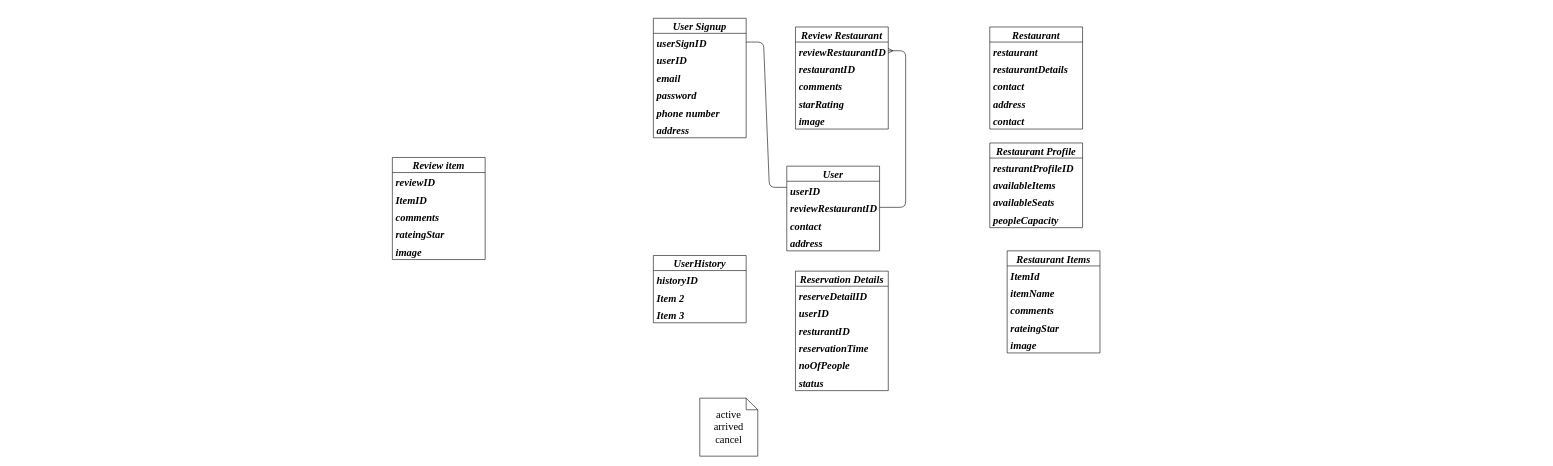
Before: ER_Reserve.drawio in dngwoo/reservation, a draw.io diagram. Source tidied: cells renumbered, new cells numbered last; positions are measured from the earlier drawing's top-left corner, leaving out a move shared by most shapes. Both pictures are drawn from the tidied source at 58%, with x=0, y=0 at pixel (392, 18).
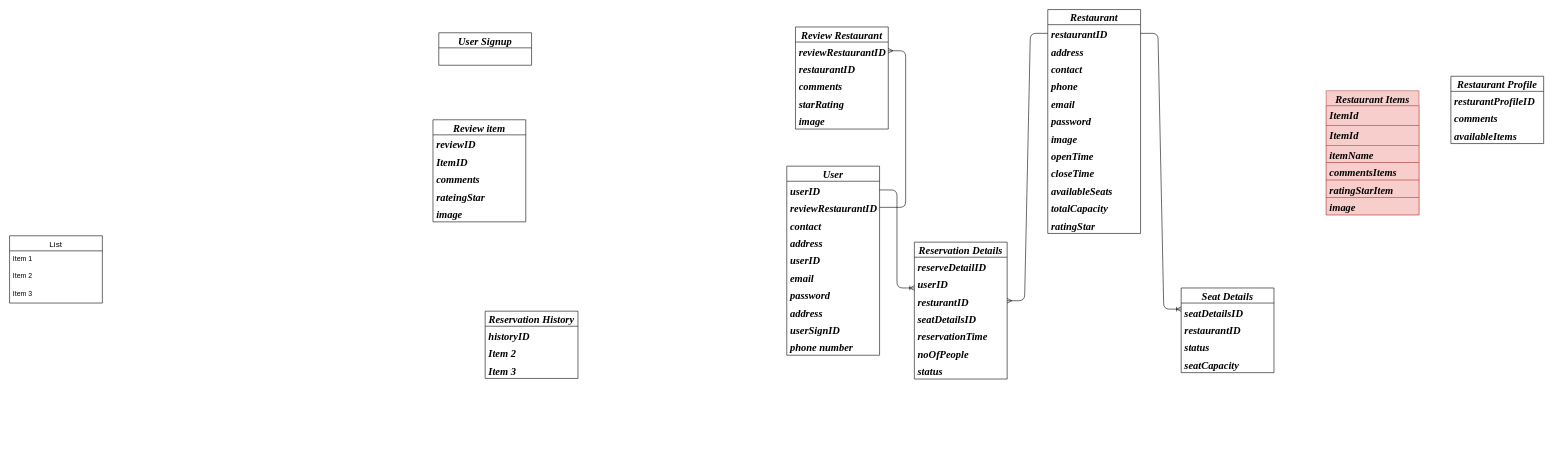
The same diagram, later.

The change refers to these unchanged cells:
```xml
<mxCell id="3" value="userID" style="text;strokeColor=none;fillColor=none;spacingLeft=4;spacingRight=4;overflow=hidden;points=[[0,0.5],[1,0.5]];portConstraint=eastwest;fontSize=18;fontFamily=Times New Roman;fontStyle=3;" parent="2" vertex="1">
  <mxGeometry y="26" width="160" height="30" as="geometry" />
</mxCell>
<mxCell id="52" value="resturantID" style="text;strokeColor=none;fillColor=none;spacingLeft=4;spacingRight=4;overflow=hidden;points=[[0,0.5],[1,0.5]];portConstraint=eastwest;fontSize=18;fontFamily=Times New Roman;fontStyle=3;" parent="49" vertex="1">
  <mxGeometry y="86" width="160" height="30" as="geometry" />
</mxCell>
```

The edit, as a diff of the source:
```diff
@@
     <mxCell id="2" value="User" style="swimlane;fontStyle=3;horizontal=1;startSize=26;align=center;fontSize=18;fontFamily=Times New Roman;" parent="1" vertex="1">
-      <mxGeometry x="680" y="255" width="160" height="146" as="geometry" />
+      <mxGeometry x="680" y="255" width="160" height="326" as="geometry" />
     </mxCell>
@@
-    <mxCell id="7" value="Restaurant" style="swimlane;fontStyle=3;horizontal=1;startSize=26;align=center;fontSize=18;fontFamily=Times New Roman;" parent="1" vertex="1">
-      <mxGeometry x="1030" y="15" width="160" height="176" as="geometry" />
-    </mxCell>
-    <mxCell id="8" value="restaurant" style="text;strokeColor=none;fillColor=none;spacingLeft=4;spacingRight=4;overflow=hidden;points=[[0,0.5],[1,0.5]];portConstraint=eastwest;fontSize=18;fontFamily=Times New Roman;fontStyle=3;" parent="7" vertex="1">
-      <mxGeometry y="26" width="160" height="30" as="geometry" />
-    </mxCell>
-    <mxCell id="9" value="restaurantDetails" style="text;strokeColor=none;fillColor=none;spacingLeft=4;spacingRight=4;overflow=hidden;fontSize=18;fontFamily=Times New Roman;fontStyle=3;" parent="7" vertex="1">
-      <mxGeometry y="56" width="160" height="30" as="geometry" />
-    </mxCell>
-    <mxCell id="10" value="contact" style="text;strokeColor=none;fillColor=none;spacingLeft=4;spacingRight=4;overflow=hidden;fontSize=18;fontFamily=Times New Roman;fontStyle=3;" parent="7" vertex="1">
-      <mxGeometry y="86" width="160" height="30" as="geometry" />
-    </mxCell>
-    <mxCell id="11" value="address" style="text;strokeColor=none;fillColor=none;spacingLeft=4;spacingRight=4;overflow=hidden;fontSize=18;fontFamily=Times New Roman;fontStyle=3;" parent="7" vertex="1">
-      <mxGeometry y="116" width="160" height="30" as="geometry" />
-    </mxCell>
-    <mxCell id="12" value="contact" style="text;strokeColor=none;fillColor=none;spacingLeft=4;spacingRight=4;overflow=hidden;fontSize=18;fontFamily=Times New Roman;fontStyle=3;" parent="7" vertex="1">
-      <mxGeometry y="146" width="160" height="30" as="geometry" />
-    </mxCell>
-    <mxCell id="13" value="Restaurant Profile" style="swimlane;fontStyle=3;horizontal=1;startSize=26;align=center;fontSize=18;fontFamily=Times New Roman;" parent="1" vertex="1">
-      <mxGeometry x="1030" y="215" width="160" height="146" as="geometry" />
-    </mxCell>
-    <mxCell id="14" value="resturantProfileID" style="text;strokeColor=none;fillColor=none;spacingLeft=4;spacingRight=4;overflow=hidden;fontSize=18;fontFamily=Times New Roman;fontStyle=3;" parent="13" vertex="1">
-      <mxGeometry y="26" width="160" height="30" as="geometry" />
-    </mxCell>
-    <mxCell id="15" value="availableItems" style="text;strokeColor=none;fillColor=none;spacingLeft=4;spacingRight=4;overflow=hidden;fontSize=18;fontFamily=Times New Roman;fontStyle=3;" parent="13" vertex="1">
-      <mxGeometry y="56" width="160" height="30" as="geometry" />
-    </mxCell>
-    <mxCell id="16" value="availableSeats" style="text;strokeColor=none;fillColor=none;spacingLeft=4;spacingRight=4;overflow=hidden;fontSize=18;fontFamily=Times New Roman;fontStyle=3;" parent="13" vertex="1">
-      <mxGeometry y="86" width="160" height="30" as="geometry" />
-    </mxCell>
-    <mxCell id="17" value="peopleCapacity" style="text;strokeColor=none;fillColor=none;spacingLeft=4;spacingRight=4;overflow=hidden;fontSize=18;fontFamily=Times New Roman;fontStyle=3;" parent="13" vertex="1">
-      <mxGeometry y="116" width="160" height="30" as="geometry" />
-    </mxCell>
-    <mxCell id="18" value="User Signup" style="swimlane;fontStyle=3;horizontal=1;startSize=26;align=center;fontSize=18;fontFamily=Times New Roman;" parent="1" vertex="1">
-      <mxGeometry x="450" width="160" height="206" as="geometry" />
-    </mxCell>
-    <mxCell id="19" value="userSignID" style="text;strokeColor=none;fillColor=none;spacingLeft=4;spacingRight=4;overflow=hidden;points=[[0,0.5],[1,0.5]];portConstraint=eastwest;fontSize=18;fontFamily=Times New Roman;fontStyle=3;" parent="18" vertex="1">
-      <mxGeometry y="26" width="160" height="30" as="geometry" />
-    </mxCell>
-    <mxCell id="20" value="userID" style="text;strokeColor=none;fillColor=none;spacingLeft=4;spacingRight=4;overflow=hidden;fontSize=18;fontFamily=Times New Roman;fontStyle=3;" parent="18" vertex="1">
-      <mxGeometry y="56" width="160" height="30" as="geometry" />
+    <mxCell id="20" value="userID" style="text;strokeColor=none;fillColor=none;spacingLeft=4;spacingRight=4;overflow=hidden;fontSize=18;fontFamily=Times New Roman;fontStyle=3;" parent="2" vertex="1">
+      <mxGeometry y="146" width="160" height="30" as="geometry" />
     </mxCell>
-    <mxCell id="21" value="email" style="text;strokeColor=none;fillColor=none;spacingLeft=4;spacingRight=4;overflow=hidden;fontSize=18;fontFamily=Times New Roman;fontStyle=3;" parent="18" vertex="1">
-      <mxGeometry y="86" width="160" height="30" as="geometry" />
+    <mxCell id="21" value="email" style="text;strokeColor=none;fillColor=none;spacingLeft=4;spacingRight=4;overflow=hidden;fontSize=18;fontFamily=Times New Roman;fontStyle=3;" parent="2" vertex="1">
+      <mxGeometry y="176" width="160" height="30" as="geometry" />
     </mxCell>
-    <mxCell id="22" value="password" style="text;strokeColor=none;fillColor=none;spacingLeft=4;spacingRight=4;overflow=hidden;fontSize=18;fontFamily=Times New Roman;fontStyle=3;" parent="18" vertex="1">
-      <mxGeometry y="116" width="160" height="30" as="geometry" />
+    <mxCell id="22" value="password" style="text;strokeColor=none;fillColor=none;spacingLeft=4;spacingRight=4;overflow=hidden;fontSize=18;fontFamily=Times New Roman;fontStyle=3;" parent="2" vertex="1">
+      <mxGeometry y="206" width="160" height="30" as="geometry" />
     </mxCell>
+    <mxCell id="24" value="address" style="text;strokeColor=none;fillColor=none;spacingLeft=4;spacingRight=4;overflow=hidden;fontSize=18;fontFamily=Times New Roman;fontStyle=3;" parent="2" vertex="1">
+      <mxGeometry y="236" width="160" height="30" as="geometry" />
+    </mxCell>
+    <mxCell id="19" value="userSignID" style="text;strokeColor=none;fillColor=none;spacingLeft=4;spacingRight=4;overflow=hidden;points=[[0,0.5],[1,0.5]];portConstraint=eastwest;fontSize=18;fontFamily=Times New Roman;fontStyle=3;" parent="2" vertex="1">
+      <mxGeometry y="266" width="160" height="30" as="geometry" />
+    </mxCell>
-    <mxCell id="23" value="phone number" style="text;strokeColor=none;fillColor=none;spacingLeft=4;spacingRight=4;overflow=hidden;fontSize=18;fontFamily=Times New Roman;fontStyle=3;" parent="18" vertex="1">
-      <mxGeometry y="146" width="160" height="30" as="geometry" />
+    <mxCell id="23" value="phone number" style="text;strokeColor=none;fillColor=none;spacingLeft=4;spacingRight=4;overflow=hidden;fontSize=18;fontFamily=Times New Roman;fontStyle=3;" parent="2" vertex="1">
+      <mxGeometry y="296" width="160" height="30" as="geometry" />
     </mxCell>
-    <mxCell id="24" value="address" style="text;strokeColor=none;fillColor=none;spacingLeft=4;spacingRight=4;overflow=hidden;fontSize=18;fontFamily=Times New Roman;fontStyle=3;" parent="18" vertex="1">
-      <mxGeometry y="176" width="160" height="30" as="geometry" />
-    </mxCell>
-    <mxCell id="25" style="edgeStyle=entityRelationEdgeStyle;fontSize=18;html=1;endArrow=none;entryX=0;entryY=0.25;entryDx=0;entryDy=0;exitX=1;exitY=0.5;exitDx=0;exitDy=0;endFill=0;fontFamily=Times New Roman;fontStyle=3;" parent="1" edge="1" source="19" target="2">
-      <mxGeometry relative="1" as="geometry" />
-    </mxCell>
+    <mxCell id="7" value="Restaurant" style="swimlane;fontStyle=3;horizontal=1;startSize=26;align=center;fontSize=18;fontFamily=Times New Roman;" parent="1" vertex="1">
+      <mxGeometry x="1130" y="-15" width="160" height="386" as="geometry" />
+    </mxCell>
+    <mxCell id="8" value="restaurantID" style="text;strokeColor=none;fillColor=none;spacingLeft=4;spacingRight=4;overflow=hidden;points=[[0,0.5],[1,0.5]];portConstraint=eastwest;fontSize=18;fontFamily=Times New Roman;fontStyle=3;" parent="7" vertex="1">
+      <mxGeometry y="26" width="160" height="30" as="geometry" />
+    </mxCell>
+    <mxCell id="11" value="address" style="text;strokeColor=none;fillColor=none;spacingLeft=4;spacingRight=4;overflow=hidden;fontSize=18;fontFamily=Times New Roman;fontStyle=3;" parent="7" vertex="1">
+      <mxGeometry y="56" width="160" height="30" as="geometry" />
+    </mxCell>
+    <mxCell id="12" value="contact" style="text;strokeColor=none;fillColor=none;spacingLeft=4;spacingRight=4;overflow=hidden;fontSize=18;fontFamily=Times New Roman;fontStyle=3;" parent="7" vertex="1">
+      <mxGeometry y="86" width="160" height="30" as="geometry" />
+    </mxCell>
+    <mxCell id="57" value="phone" style="text;strokeColor=none;fillColor=none;spacingLeft=4;spacingRight=4;overflow=hidden;fontSize=18;fontFamily=Times New Roman;fontStyle=3;" parent="7" vertex="1">
+      <mxGeometry y="116" width="160" height="30" as="geometry" />
+    </mxCell>
+    <mxCell id="58" value="email" style="text;strokeColor=none;fillColor=none;spacingLeft=4;spacingRight=4;overflow=hidden;fontSize=18;fontFamily=Times New Roman;fontStyle=3;" parent="7" vertex="1">
+      <mxGeometry y="146" width="160" height="30" as="geometry" />
+    </mxCell>
+    <mxCell id="59" value="password" style="text;strokeColor=none;fillColor=none;spacingLeft=4;spacingRight=4;overflow=hidden;fontSize=18;fontFamily=Times New Roman;fontStyle=3;" parent="7" vertex="1">
+      <mxGeometry y="176" width="160" height="30" as="geometry" />
+    </mxCell>
+    <mxCell id="60" value="image" style="text;strokeColor=none;fillColor=none;spacingLeft=4;spacingRight=4;overflow=hidden;fontSize=18;fontFamily=Times New Roman;fontStyle=3;" parent="7" vertex="1">
+      <mxGeometry y="206" width="160" height="30" as="geometry" />
+    </mxCell>
+    <mxCell id="61" value="openTime" style="text;strokeColor=none;fillColor=none;spacingLeft=4;spacingRight=4;overflow=hidden;fontSize=18;fontFamily=Times New Roman;fontStyle=3;" parent="7" vertex="1">
+      <mxGeometry y="236" width="160" height="30" as="geometry" />
+    </mxCell>
+    <mxCell id="62" value="closeTime" style="text;strokeColor=none;fillColor=none;spacingLeft=4;spacingRight=4;overflow=hidden;fontSize=18;fontFamily=Times New Roman;fontStyle=3;" parent="7" vertex="1">
+      <mxGeometry y="266" width="160" height="30" as="geometry" />
+    </mxCell>
+    <mxCell id="16" value="availableSeats" style="text;strokeColor=none;fillColor=none;spacingLeft=4;spacingRight=4;overflow=hidden;fontSize=18;fontFamily=Times New Roman;fontStyle=3;" parent="7" vertex="1">
+      <mxGeometry y="296" width="160" height="30" as="geometry" />
+    </mxCell>
+    <mxCell id="17" value="totalCapacity" style="text;strokeColor=none;fillColor=none;spacingLeft=4;spacingRight=4;overflow=hidden;fontSize=18;fontFamily=Times New Roman;fontStyle=3;" parent="7" vertex="1">
+      <mxGeometry y="326" width="160" height="30" as="geometry" />
+    </mxCell>
+    <mxCell id="63" value="ratingStar" style="text;strokeColor=none;fillColor=none;spacingLeft=4;spacingRight=4;overflow=hidden;fontSize=18;fontFamily=Times New Roman;fontStyle=3;" parent="7" vertex="1">
+      <mxGeometry y="356" width="160" height="30" as="geometry" />
+    </mxCell>
+    <mxCell id="13" value="Restaurant Profile" style="swimlane;fontStyle=3;horizontal=1;startSize=26;align=center;fontSize=18;fontFamily=Times New Roman;" parent="1" vertex="1">
+      <mxGeometry x="1825" y="100" width="160" height="116" as="geometry" />
+    </mxCell>
+    <mxCell id="14" value="resturantProfileID" style="text;strokeColor=none;fillColor=none;spacingLeft=4;spacingRight=4;overflow=hidden;fontSize=18;fontFamily=Times New Roman;fontStyle=3;" parent="13" vertex="1">
+      <mxGeometry y="26" width="160" height="30" as="geometry" />
+    </mxCell>
+    <mxCell id="64" value="comments" style="text;strokeColor=none;fillColor=none;spacingLeft=4;spacingRight=4;overflow=hidden;fontSize=18;fontFamily=Times New Roman;fontStyle=3;" parent="13" vertex="1">
+      <mxGeometry y="56" width="160" height="30" as="geometry" />
+    </mxCell>
+    <mxCell id="15" value="availableItems" style="text;strokeColor=none;fillColor=none;spacingLeft=4;spacingRight=4;overflow=hidden;fontSize=18;fontFamily=Times New Roman;fontStyle=3;" parent="13" vertex="1">
+      <mxGeometry y="86" width="160" height="30" as="geometry" />
+    </mxCell>
+    <mxCell id="18" value="User Signup" style="swimlane;fontStyle=3;horizontal=1;startSize=26;align=center;fontSize=18;fontFamily=Times New Roman;" parent="1" vertex="1">
+      <mxGeometry x="80" y="25" width="160" height="56" as="geometry" />
+    </mxCell>
@@
     <mxCell id="32" value="Review item" style="swimlane;fontStyle=3;horizontal=1;startSize=26;align=center;fontSize=18;fontFamily=Times New Roman;" parent="1" vertex="1">
-      <mxGeometry y="240" width="160" height="176" as="geometry" />
+      <mxGeometry x="70" y="175" width="160" height="176" as="geometry" />
     </mxCell>
@@
-    <mxCell id="39" value="Restaurant Items" style="swimlane;fontStyle=3;horizontal=1;startSize=26;align=center;fontSize=18;fontFamily=Times New Roman;" parent="1" vertex="1">
-      <mxGeometry x="1060" y="401" width="160" height="176" as="geometry" />
+    <mxCell id="39" value="Restaurant Items" style="swimlane;fontStyle=3;horizontal=1;startSize=26;align=center;fontSize=18;fontFamily=Times New Roman;fillColor=#f8cecc;strokeColor=#b85450;" parent="1" vertex="1">
+      <mxGeometry x="1610" y="125" width="160" height="214" as="geometry" />
     </mxCell>
+    <mxCell id="65" value="ItemId" style="text;strokeColor=#b85450;fillColor=#f8cecc;spacingLeft=4;spacingRight=4;overflow=hidden;fontSize=18;fontFamily=Times New Roman;fontStyle=3;" parent="39" vertex="1">
+      <mxGeometry y="26" width="160" height="34" as="geometry" />
+    </mxCell>
-    <mxCell id="40" value="ItemId" style="text;strokeColor=none;fillColor=none;spacingLeft=4;spacingRight=4;overflow=hidden;fontSize=18;fontFamily=Times New Roman;fontStyle=3;" parent="39" vertex="1">
-      <mxGeometry y="26" width="160" height="30" as="geometry" />
+    <mxCell id="40" value="ItemId" style="text;strokeColor=#b85450;fillColor=#f8cecc;spacingLeft=4;spacingRight=4;overflow=hidden;fontSize=18;fontFamily=Times New Roman;fontStyle=3;" parent="39" vertex="1">
+      <mxGeometry y="60" width="160" height="34" as="geometry" />
     </mxCell>
-    <mxCell id="41" value="itemName" style="text;strokeColor=none;fillColor=none;spacingLeft=4;spacingRight=4;overflow=hidden;fontSize=18;fontFamily=Times New Roman;fontStyle=3;" parent="39" vertex="1">
-      <mxGeometry y="56" width="160" height="30" as="geometry" />
+    <mxCell id="41" value="itemName" style="text;strokeColor=#b85450;fillColor=#f8cecc;spacingLeft=4;spacingRight=4;overflow=hidden;fontSize=18;fontFamily=Times New Roman;fontStyle=3;" parent="39" vertex="1">
+      <mxGeometry y="94" width="160" height="30" as="geometry" />
     </mxCell>
-    <mxCell id="42" value="comments" style="text;strokeColor=none;fillColor=none;spacingLeft=4;spacingRight=4;overflow=hidden;fontSize=18;fontFamily=Times New Roman;fontStyle=3;" parent="39" vertex="1">
-      <mxGeometry y="86" width="160" height="30" as="geometry" />
+    <mxCell id="42" value="commentsItems" style="text;strokeColor=#b85450;fillColor=#f8cecc;spacingLeft=4;spacingRight=4;overflow=hidden;fontSize=18;fontFamily=Times New Roman;fontStyle=3;" parent="39" vertex="1">
+      <mxGeometry y="124" width="160" height="30" as="geometry" />
     </mxCell>
-    <mxCell id="43" value="rateingStar" style="text;strokeColor=none;fillColor=none;spacingLeft=4;spacingRight=4;overflow=hidden;fontSize=18;fontFamily=Times New Roman;fontStyle=3;" parent="39" vertex="1">
-      <mxGeometry y="116" width="160" height="30" as="geometry" />
+    <mxCell id="43" value="ratingStarItem" style="text;strokeColor=#b85450;fillColor=#f8cecc;spacingLeft=4;spacingRight=4;overflow=hidden;fontSize=18;fontFamily=Times New Roman;fontStyle=3;" parent="39" vertex="1">
+      <mxGeometry y="154" width="160" height="30" as="geometry" />
     </mxCell>
-    <mxCell id="44" value="image" style="text;strokeColor=none;fillColor=none;spacingLeft=4;spacingRight=4;overflow=hidden;fontSize=18;fontFamily=Times New Roman;fontStyle=3;" parent="39" vertex="1">
-      <mxGeometry y="146" width="160" height="30" as="geometry" />
+    <mxCell id="44" value="image" style="text;strokeColor=#b85450;fillColor=#f8cecc;spacingLeft=4;spacingRight=4;overflow=hidden;fontSize=18;fontFamily=Times New Roman;fontStyle=3;" parent="39" vertex="1">
+      <mxGeometry y="184" width="160" height="30" as="geometry" />
     </mxCell>
-    <mxCell id="45" value="UserHistory" style="swimlane;fontStyle=3;horizontal=1;startSize=26;align=center;fontSize=18;fontFamily=Times New Roman;" parent="1" vertex="1">
-      <mxGeometry x="450" y="409" width="160" height="116" as="geometry" />
+    <mxCell id="45" value="Reservation History" style="swimlane;fontStyle=3;horizontal=1;startSize=26;align=center;fontSize=18;fontFamily=Times New Roman;" parent="1" vertex="1">
+      <mxGeometry x="160" y="505" width="160" height="116" as="geometry" />
     </mxCell>
@@
     <mxCell id="49" value="Reservation Details" style="swimlane;fontStyle=3;horizontal=1;startSize=26;align=center;fontSize=18;fontFamily=Times New Roman;" parent="1" vertex="1">
-      <mxGeometry x="695" y="436" width="160" height="206" as="geometry" />
+      <mxGeometry x="900" y="386" width="160" height="236" as="geometry" />
     </mxCell>
@@
+    <mxCell id="66" value="seatDetailsID" style="text;strokeColor=none;fillColor=none;spacingLeft=4;spacingRight=4;overflow=hidden;fontSize=18;fontFamily=Times New Roman;fontStyle=3;" parent="49" vertex="1">
+      <mxGeometry y="116" width="160" height="30" as="geometry" />
+    </mxCell>
     <mxCell id="53" value="reservationTime" style="text;strokeColor=none;fillColor=none;spacingLeft=4;spacingRight=4;overflow=hidden;fontSize=18;fontFamily=Times New Roman;fontStyle=3;" parent="49" vertex="1">
-      <mxGeometry y="116" width="160" height="30" as="geometry" />
+      <mxGeometry y="146" width="160" height="30" as="geometry" />
     </mxCell>
     <mxCell id="54" value="noOfPeople" style="text;strokeColor=none;fillColor=none;spacingLeft=4;spacingRight=4;overflow=hidden;fontSize=18;fontFamily=Times New Roman;fontStyle=3;" parent="49" vertex="1">
-      <mxGeometry y="146" width="160" height="30" as="geometry" />
+      <mxGeometry y="176" width="160" height="30" as="geometry" />
     </mxCell>
     <mxCell id="55" value="status" style="text;strokeColor=none;fillColor=none;spacingLeft=4;spacingRight=4;overflow=hidden;fontSize=18;fontFamily=Times New Roman;fontStyle=3;" parent="49" vertex="1">
-      <mxGeometry y="176" width="160" height="30" as="geometry" />
+      <mxGeometry y="206" width="160" height="30" as="geometry" />
     </mxCell>
-    <mxCell id="56" value="active&lt;br&gt;arrived&lt;br&gt;cancel" style="shape=note;size=20;whiteSpace=wrap;html=1;fontFamily=Times New Roman;fontSize=18;" parent="1" vertex="1">
-      <mxGeometry x="530" y="655" width="100" height="100" as="geometry" />
-    </mxCell>
+    <mxCell id="67" style="edgeStyle=entityRelationEdgeStyle;fontSize=12;html=1;endArrow=ERoneToMany;exitX=1;exitY=0.5;exitDx=0;exitDy=0;" parent="1" edge="1" source="3">
+      <mxGeometry relative="1" as="geometry">
+        <mxPoint x="900" y="465" as="targetPoint" />
+      </mxGeometry>
+    </mxCell>
+    <mxCell id="68" style="edgeStyle=entityRelationEdgeStyle;fontSize=12;html=1;endArrow=ERmany;entryX=1;entryY=0.5;entryDx=0;entryDy=0;exitX=0;exitY=0.5;exitDx=0;exitDy=0;" parent="1" edge="1" source="8" target="52">
+      <mxGeometry relative="1" as="geometry" />
+    </mxCell>
+    <mxCell id="69" value="Seat Details" style="swimlane;fontStyle=3;horizontal=1;startSize=26;align=center;fontSize=18;fontFamily=Times New Roman;" parent="1" vertex="1">
+      <mxGeometry x="1360" y="465" width="160" height="146" as="geometry" />
+    </mxCell>
+    <mxCell id="70" value="seatDetailsID" style="text;strokeColor=none;fillColor=none;spacingLeft=4;spacingRight=4;overflow=hidden;fontSize=18;fontFamily=Times New Roman;fontStyle=3;" parent="69" vertex="1">
+      <mxGeometry y="26" width="160" height="30" as="geometry" />
+    </mxCell>
+    <mxCell id="71" value="restaurantID" style="text;strokeColor=none;fillColor=none;spacingLeft=4;spacingRight=4;overflow=hidden;fontSize=18;fontFamily=Times New Roman;fontStyle=3;" parent="69" vertex="1">
+      <mxGeometry y="56" width="160" height="30" as="geometry" />
+    </mxCell>
+    <mxCell id="72" value="status" style="text;strokeColor=none;fillColor=none;spacingLeft=4;spacingRight=4;overflow=hidden;fontSize=18;fontFamily=Times New Roman;fontStyle=3;" parent="69" vertex="1">
+      <mxGeometry y="86" width="160" height="30" as="geometry" />
+    </mxCell>
+    <mxCell id="73" value="seatCapacity" style="text;strokeColor=none;fillColor=none;spacingLeft=4;spacingRight=4;overflow=hidden;fontSize=18;fontFamily=Times New Roman;fontStyle=3;" parent="69" vertex="1">
+      <mxGeometry y="116" width="160" height="30" as="geometry" />
+    </mxCell>
+    <mxCell id="74" style="edgeStyle=entityRelationEdgeStyle;fontSize=12;html=1;endArrow=ERoneToMany;entryX=0;entryY=0.25;entryDx=0;entryDy=0;exitX=1;exitY=0.5;exitDx=0;exitDy=0;" parent="1" edge="1" source="8" target="69">
+      <mxGeometry relative="1" as="geometry" />
+    </mxCell>
+    <mxCell id="75" value="List" style="swimlane;fontStyle=0;horizontal=1;startSize=26;align=center;fontSize=14;" parent="1" vertex="1">
+      <mxGeometry x="-660" y="375" width="160" height="116" as="geometry" />
+    </mxCell>
+    <mxCell id="76" value="Item 1" style="text;strokeColor=none;fillColor=none;spacingLeft=4;spacingRight=4;overflow=hidden;fontSize=12;" parent="75" vertex="1">
+      <mxGeometry y="26" width="160" height="30" as="geometry" />
+    </mxCell>
+    <mxCell id="77" value="Item 2" style="text;strokeColor=none;fillColor=none;spacingLeft=4;spacingRight=4;overflow=hidden;fontSize=12;" parent="75" vertex="1">
+      <mxGeometry y="56" width="160" height="30" as="geometry" />
+    </mxCell>
+    <mxCell id="78" value="Item 3" style="text;strokeColor=none;fillColor=none;spacingLeft=4;spacingRight=4;overflow=hidden;fontSize=12;" parent="75" vertex="1">
+      <mxGeometry y="86" width="160" height="30" as="geometry" />
+    </mxCell>
```
